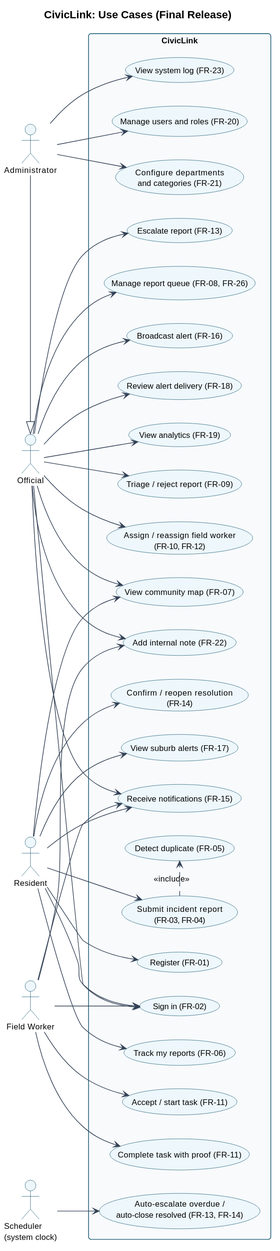
Above: docs/diagrams/usecase.svg in altechemist/civiclink (PlantUML), before the change. The source it was exported from:
```plantuml
@startuml
!include _style.iuml
title CivicLink: Use Cases (Final Release)
left to right direction

actor Resident as R
actor "Official" as O
actor "Field Worker" as W
actor Administrator as A
actor "Scheduler\n(system clock)" as S
A -|> O

rectangle CivicLink {
  usecase "Register (FR-01)" as UC1
  usecase "Sign in (FR-02)" as UC2
  usecase "Submit incident report\n(FR-03, FR-04)" as UC3
  usecase "Detect duplicate (FR-05)" as UC4
  usecase "Track my reports (FR-06)" as UC5
  usecase "Confirm / reopen resolution\n(FR-14)" as UC6
  usecase "View community map (FR-07)" as UC7
  usecase "View suburb alerts (FR-17)" as UC8
  usecase "Receive notifications (FR-15)" as UC9
  usecase "Triage / reject report (FR-09)" as UC10
  usecase "Assign / reassign field worker\n(FR-10, FR-12)" as UC11
  usecase "Escalate report (FR-13)" as UC12
  usecase "Manage report queue (FR-08, FR-26)" as UC13
  usecase "Broadcast alert (FR-16)" as UC14
  usecase "Review alert delivery (FR-18)" as UC15
  usecase "View analytics (FR-19)" as UC16
  usecase "Add internal note (FR-22)" as UC17
  usecase "Accept / start task (FR-11)" as UC18
  usecase "Complete task with proof (FR-11)" as UC19
  usecase "Manage users and roles (FR-20)" as UC20
  usecase "Configure departments\nand categories (FR-21)" as UC21
  usecase "View system log (FR-23)" as UC22
  usecase "Auto-escalate overdue /\nauto-close resolved (FR-13, FR-14)" as UC23
}

R --> UC1
R --> UC2
R --> UC3
UC3 .> UC4 : <<include>>
R --> UC5
R --> UC6
R --> UC7
R --> UC8
R --> UC9

O --> UC2
O --> UC13
O --> UC10
O --> UC11
O --> UC12
O --> UC14
O --> UC15
O --> UC16
O --> UC17
O --> UC7
O --> UC9

W --> UC2
W --> UC18
W --> UC19
W --> UC17
W --> UC9

A --> UC20
A --> UC21
A --> UC22
S --> UC23
@enduml
```
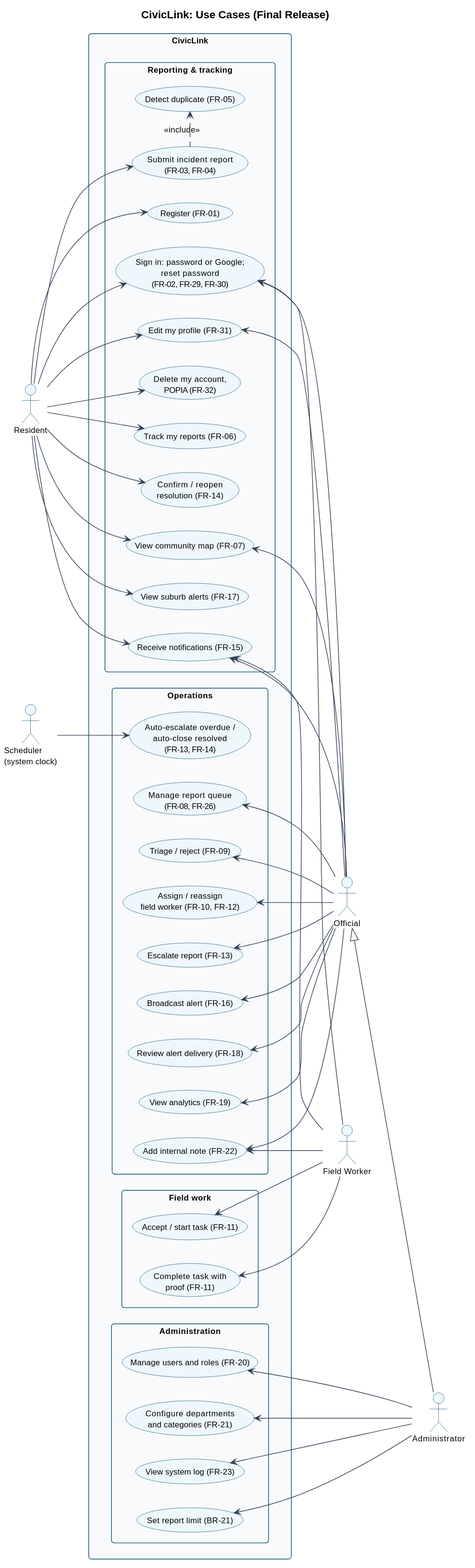
After the commit.

What changed in the source:
```diff
@@ -2,39 +2,52 @@
 !include _style.iuml
 title CivicLink: Use Cases (Final Release)
 left to right direction
+skinparam packageStyle rectangle
 
 actor Resident as R
+actor "Scheduler\n(system clock)" as S
+
+rectangle CivicLink {
+  package "Reporting & tracking" {
+    usecase "Register (FR-01)" as UC1
+    usecase "Sign in: password or Google;\nreset password\n(FR-02, FR-29, FR-30)" as UC2
+    usecase "Edit my profile (FR-31)" as UC24
+    usecase "Delete my account,\nPOPIA (FR-32)" as UC25
+    usecase "Submit incident report\n(FR-03, FR-04)" as UC3
+    usecase "Detect duplicate (FR-05)" as UC4
+    usecase "Track my reports (FR-06)" as UC5
+    usecase "Confirm / reopen\nresolution (FR-14)" as UC6
+    usecase "View community map (FR-07)" as UC7
+    usecase "View suburb alerts (FR-17)" as UC8
+    usecase "Receive notifications (FR-15)" as UC9
+  }
+  package "Operations" {
+    usecase "Manage report queue\n(FR-08, FR-26)" as UC13
+    usecase "Triage / reject (FR-09)" as UC10
+    usecase "Assign / reassign\nfield worker (FR-10, FR-12)" as UC11
+    usecase "Escalate report (FR-13)" as UC12
+    usecase "Broadcast alert (FR-16)" as UC14
+    usecase "Review alert delivery (FR-18)" as UC15
+    usecase "View analytics (FR-19)" as UC16
+    usecase "Add internal note (FR-22)" as UC17
+    usecase "Auto-escalate overdue /\nauto-close resolved\n(FR-13, FR-14)" as UC23
+  }
+  package "Field work" {
+    usecase "Accept / start task (FR-11)" as UC18
+    usecase "Complete task with\nproof (FR-11)" as UC19
+  }
+  package "Administration" {
+    usecase "Manage users and roles (FR-20)" as UC20
+    usecase "Configure departments\nand categories (FR-21)" as UC21
+    usecase "View system log (FR-23)" as UC22
+    usecase "Set report limit (BR-21)" as UC26
+  }
+}
+
 actor "Official" as O
 actor "Field Worker" as W
 actor Administrator as A
-actor "Scheduler\n(system clock)" as S
-A -|> O
-
-rectangle CivicLink {
-  usecase "Register (FR-01)" as UC1
-  usecase "Sign in (FR-02)" as UC2
-  usecase "Submit incident report\n(FR-03, FR-04)" as UC3
-  usecase "Detect duplicate (FR-05)" as UC4
-  usecase "Track my reports (FR-06)" as UC5
-  usecase "Confirm / reopen resolution\n(FR-14)" as UC6
-  usecase "View community map (FR-07)" as UC7
-  usecase "View suburb alerts (FR-17)" as UC8
-  usecase "Receive notifications (FR-15)" as UC9
-  usecase "Triage / reject report (FR-09)" as UC10
-  usecase "Assign / reassign field worker\n(FR-10, FR-12)" as UC11
-  usecase "Escalate report (FR-13)" as UC12
-  usecase "Manage report queue (FR-08, FR-26)" as UC13
-  usecase "Broadcast alert (FR-16)" as UC14
-  usecase "Review alert delivery (FR-18)" as UC15
-  usecase "View analytics (FR-19)" as UC16
-  usecase "Add internal note (FR-22)" as UC17
-  usecase "Accept / start task (FR-11)" as UC18
-  usecase "Complete task with proof (FR-11)" as UC19
-  usecase "Manage users and roles (FR-20)" as UC20
-  usecase "Configure departments\nand categories (FR-21)" as UC21
-  usecase "View system log (FR-23)" as UC22
-  usecase "Auto-escalate overdue /\nauto-close resolved (FR-13, FR-14)" as UC23
-}
+O <|-- A
 
 R --> UC1
 R --> UC2
@@ -45,27 +58,29 @@
 R --> UC7
 R --> UC8
 R --> UC9
+R --> UC24
+R --> UC25
+S --> UC23
 
-O --> UC2
-O --> UC13
-O --> UC10
-O --> UC11
-O --> UC12
-O --> UC14
-O --> UC15
-O --> UC16
-O --> UC17
-O --> UC7
-O --> UC9
-
-W --> UC2
-W --> UC18
-W --> UC19
-W --> UC17
-W --> UC9
-
-A --> UC20
-A --> UC21
-A --> UC22
-S --> UC23
+UC2 <-- O
+UC24 <-- O
+UC13 <-- O
+UC10 <-- O
+UC11 <-- O
+UC12 <-- O
+UC14 <-- O
+UC15 <-- O
+UC16 <-- O
+UC17 <-- O
+UC7 <-- O
+UC9 <-- O
+UC2 <-- W
+UC18 <-- W
+UC19 <-- W
+UC17 <-- W
+UC9 <-- W
+UC20 <-- A
+UC21 <-- A
+UC22 <-- A
+UC26 <-- A
 @enduml
```
